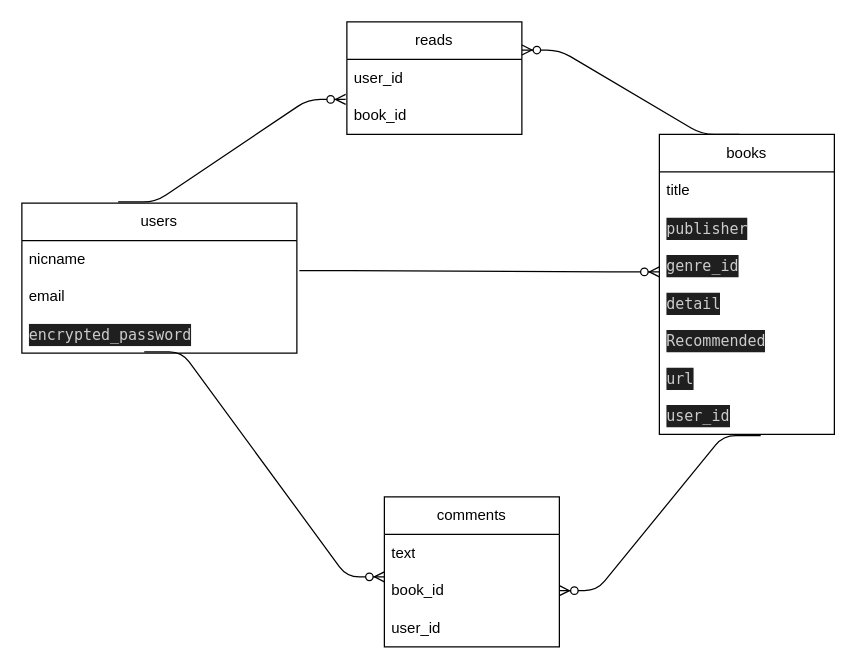
Earlier version of the draw.io diagram ER.dio (0sakana3/BooksIntro). Source tidied: cells renumbered, new cells numbered last; positions are measured from the earlier drawing's top-left corner, leaving out a move shared by most shapes. Both pictures are drawn from the tidied source at 125%, with x=0, y=0 at pixel (21, 21).
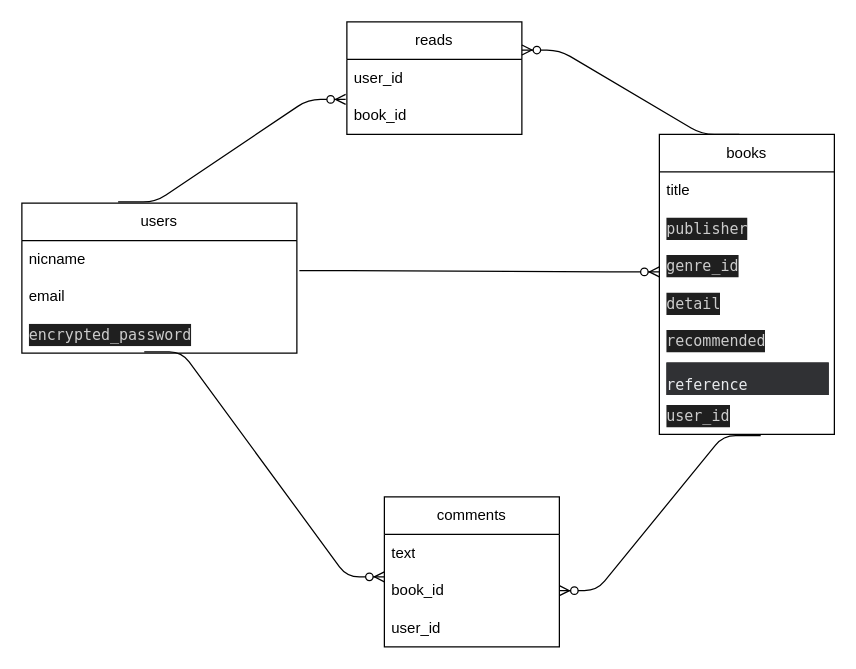
The same diagram, later.

Unchanged cells that the change refers to:
```xml
<mxCell id="6" value="books" style="swimlane;fontStyle=0;horizontal=1;startSize=30;whiteSpace=wrap;html=1;" parent="1" vertex="1">
  <mxGeometry x="510" y="90" width="140" height="240" as="geometry" />
</mxCell>
```

What changed in the source:
```diff
@@
-    <mxCell id="11" value="&lt;div style=&quot;color: rgb(204, 204, 204); background-color: rgb(31, 31, 31); font-family: Menlo, Monaco, &amp;quot;Courier New&amp;quot;, monospace; line-height: 18px;&quot;&gt;Recommended&lt;/div&gt;" style="text;strokeColor=none;fillColor=none;align=left;verticalAlign=middle;spacingLeft=4;spacingRight=4;overflow=hidden;whiteSpace=wrap;html=1;fontSize=12;" parent="6" vertex="1">
+    <mxCell id="11" value="&lt;div style=&quot;color: rgb(204, 204, 204); background-color: rgb(31, 31, 31); font-family: Menlo, Monaco, &amp;quot;Courier New&amp;quot;, monospace; line-height: 18px;&quot;&gt;recommended&lt;/div&gt;" style="text;strokeColor=none;fillColor=none;align=left;verticalAlign=middle;spacingLeft=4;spacingRight=4;overflow=hidden;whiteSpace=wrap;html=1;fontSize=12;" parent="6" vertex="1">
       <mxGeometry y="150" width="140" height="30" as="geometry" />
     </mxCell>
-    <mxCell id="12" value="&lt;div style=&quot;color: rgb(204, 204, 204); background-color: rgb(31, 31, 31); font-family: Menlo, Monaco, &amp;quot;Courier New&amp;quot;, monospace; line-height: 18px;&quot;&gt;url&lt;/div&gt;" style="text;strokeColor=none;fillColor=none;align=left;verticalAlign=middle;spacingLeft=4;spacingRight=4;overflow=hidden;whiteSpace=wrap;html=1;fontSize=12;" parent="6" vertex="1">
+    <mxCell id="12" value="&lt;div style=&quot;color: rgb(204, 204, 204); background-color: rgb(31, 31, 31); font-family: Menlo, Monaco, &amp;quot;Courier New&amp;quot;, monospace; line-height: 18px;&quot;&gt;&lt;pre style=&quot;line-height: 36px; background-color: rgb(48, 49, 52); border: none; padding: 2px 0.14em 2px 0px; position: relative; margin-top: -2px; margin-bottom: -2px; resize: none; font-family: inherit; overflow: hidden; width: 270px; overflow-wrap: break-word; color: rgb(232, 234, 237);&quot; dir=&quot;ltr&quot; aria-label=&quot;訳文: reference&quot; id=&quot;tw-target-text&quot; class=&quot;tw-data-text tw-text-large tw-ta&quot;&gt;&lt;span style=&quot;&quot; lang=&quot;en&quot; class=&quot;Y2IQFc&quot;&gt;&lt;font style=&quot;font-size: 12px;&quot;&gt;reference&lt;/font&gt;&lt;/span&gt;&lt;/pre&gt;&lt;/div&gt;" style="text;strokeColor=none;fillColor=none;align=left;verticalAlign=middle;spacingLeft=4;spacingRight=4;overflow=hidden;whiteSpace=wrap;html=1;fontSize=12;" parent="6" vertex="1">
       <mxGeometry y="180" width="140" height="30" as="geometry" />
     </mxCell>
```
